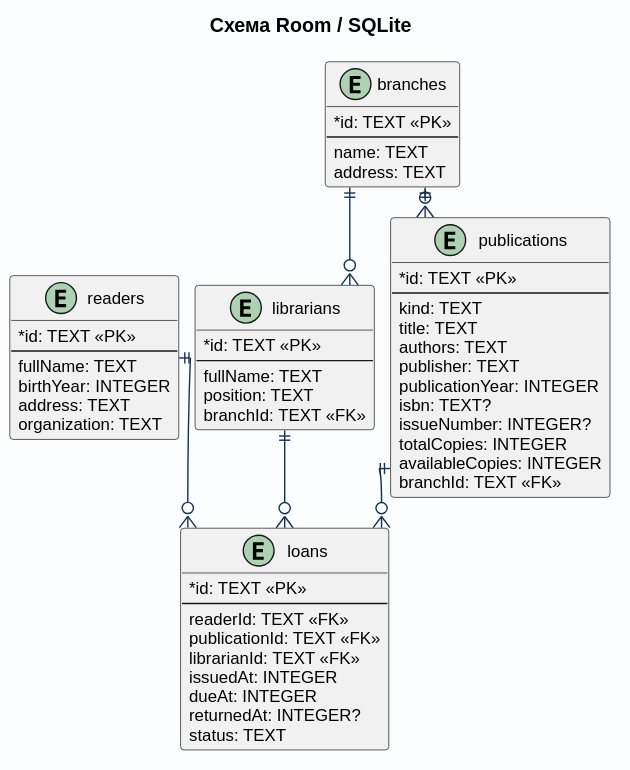
pank-suai/course-oop-library keeps this PlantUML diagram as docs/images/room_schema.svg. Above is the earlier version.
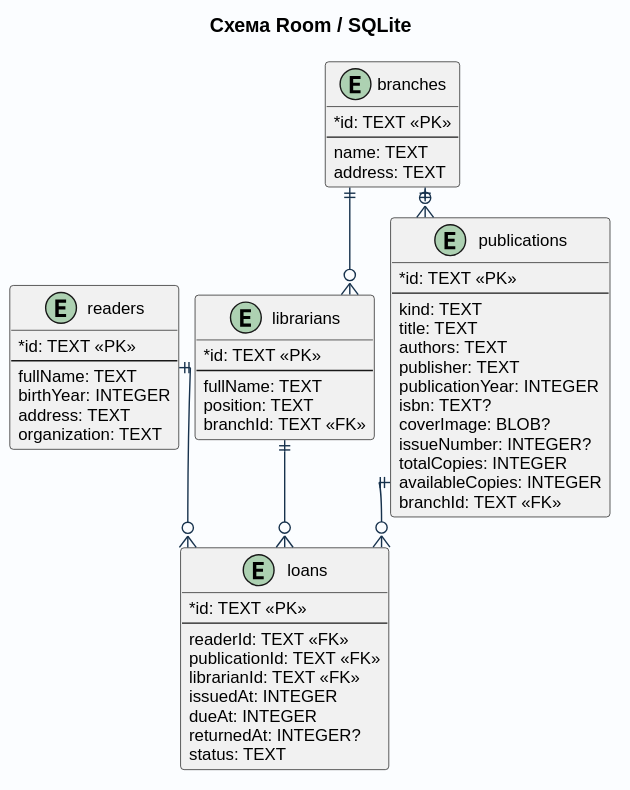
Above is the later version.

What changed in the source:
```diff
@@ -49,6 +49,7 @@
   publisher: TEXT
   publicationYear: INTEGER
   isbn: TEXT?
+  coverImage: BLOB?
   issueNumber: INTEGER?
   totalCopies: INTEGER
   availableCopies: INTEGER
```
